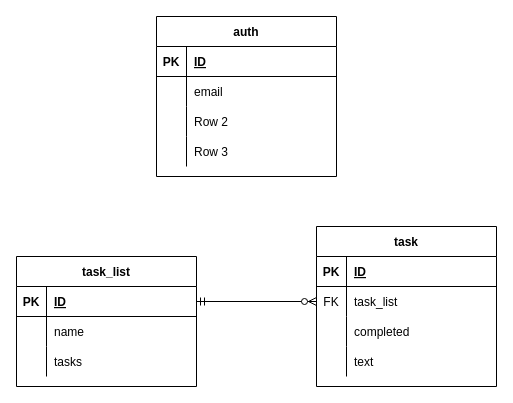
Before: documentation/dbERD.drawio in syminical/BeyondMD-dockerized-Django-Postgres-Twilio-App, a draw.io diagram. Source tidied: cells renumbered, new cells numbered last; positions are measured from the earlier drawing's top-left corner, leaving out a move shared by most shapes. Both pictures are drawn from the tidied source at 100%, with x=0, y=0 at pixel (16, 16).
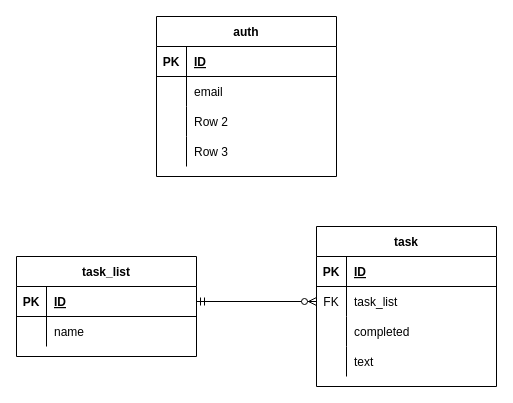
The same page after the edit.

Commit message (it also covers changes not shown here):
removed tasks field from task_list model.

It used to track the number of tasks in the task_list, but it's a waste.

Change to the diagram source:
```diff
@@
     <mxCell id="2" value="task_list" style="shape=table;startSize=30;childLayout=tableLayout;rowLines=0;fontStyle=1;align=center;" parent="1" vertex="1">
-      <mxGeometry y="240" width="180" height="130" as="geometry" />
+      <mxGeometry y="240" width="180" height="100" as="geometry" />
     </mxCell>
@@
-    <mxCell id="9" style="shape=partialRectangle;fillColor=none;top=0;left=0;bottom=0;right=0;" parent="2" vertex="1">
-      <mxGeometry y="90" width="180" height="30" as="geometry" />
-    </mxCell>
-    <mxCell id="10" style="shape=partialRectangle;fillColor=none;top=0;left=0;bottom=0;right=0;overflow=hidden;" parent="9" vertex="1">
-      <mxGeometry width="30" height="30" as="geometry" />
-    </mxCell>
-    <mxCell id="11" value="tasks" style="shape=partialRectangle;fillColor=none;top=0;left=0;bottom=0;right=0;align=left;spacingLeft=6;overflow=hidden;" parent="9" vertex="1">
-      <mxGeometry x="30" width="150" height="30" as="geometry" />
-    </mxCell>
```
